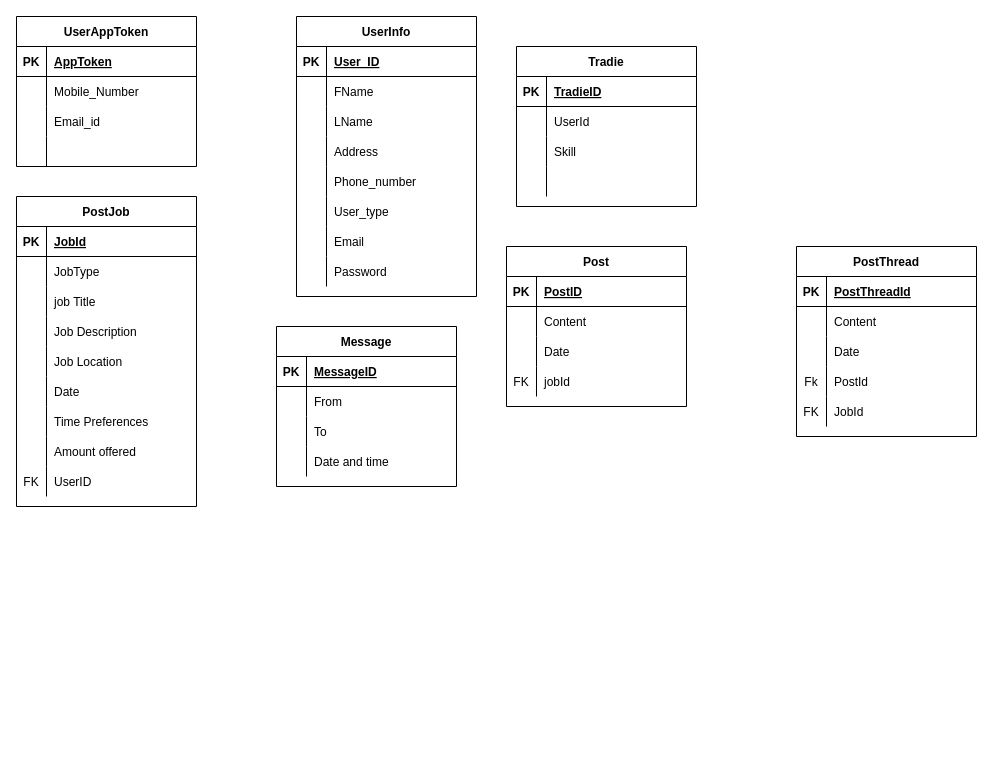
Earlier version of the draw.io diagram Tradie.drawio (bishalgnyawali/test). Source tidied: cells renumbered, new cells numbered last; positions are measured from the earlier drawing's top-left corner, leaving out a move shared by most shapes. Both pictures are drawn from the tidied source at 100%, with x=0, y=0 at pixel (16, 16).
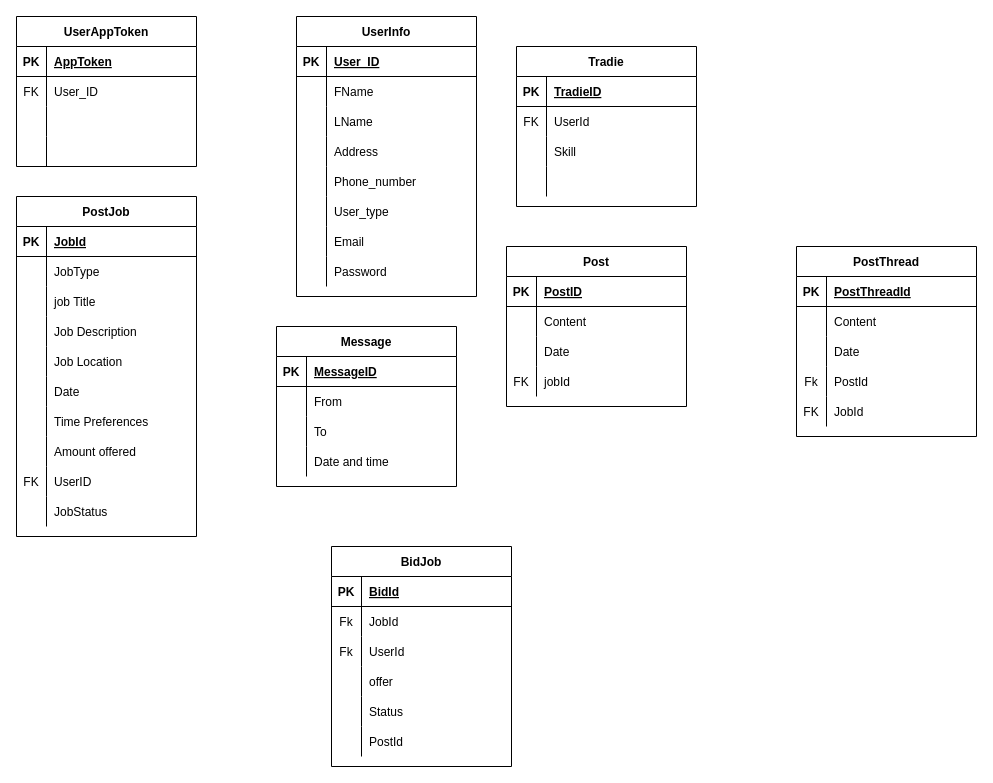
Above is the later version.

Unchanged cells that the change refers to:
```xml
<mxCell id="44" style="shape=partialRectangle;fillColor=none;top=0;left=0;bottom=0;right=0;" parent="40" vertex="1">
  <mxGeometry y="60" width="180" height="30" as="geometry" />
</mxCell>
<mxCell id="70" style="shape=partialRectangle;fillColor=none;top=0;left=0;bottom=0;right=0;" parent="66" vertex="1">
  <mxGeometry y="60" width="180" height="30" as="geometry" />
</mxCell>
<mxCell id="73" style="shape=partialRectangle;fillColor=none;top=0;left=0;bottom=0;right=0;" parent="66" vertex="1">
  <mxGeometry y="90" width="180" height="30" as="geometry" />
</mxCell>
```

Change to the diagram source:
```diff
@@
-    <mxCell id="45" style="shape=partialRectangle;fillColor=none;top=0;left=0;bottom=0;right=0;overflow=hidden;" parent="44" vertex="1">
+    <mxCell id="45" value="FK" style="shape=partialRectangle;fillColor=none;top=0;left=0;bottom=0;right=0;overflow=hidden;" parent="44" vertex="1">
       <mxGeometry width="30" height="30" as="geometry" />
     </mxCell>
@@
-    <mxCell id="71" style="shape=partialRectangle;fillColor=none;top=0;left=0;bottom=0;right=0;overflow=hidden;" parent="70" vertex="1">
+    <mxCell id="71" value="FK" style="shape=partialRectangle;fillColor=none;top=0;left=0;bottom=0;right=0;overflow=hidden;" parent="70" vertex="1">
       <mxGeometry width="30" height="30" as="geometry" />
     </mxCell>
-    <mxCell id="72" value="Mobile_Number" style="shape=partialRectangle;fillColor=none;top=0;left=0;bottom=0;right=0;align=left;spacingLeft=6;overflow=hidden;" parent="70" vertex="1">
+    <mxCell id="72" value="User_ID" style="shape=partialRectangle;fillColor=none;top=0;left=0;bottom=0;right=0;align=left;spacingLeft=6;overflow=hidden;" parent="70" vertex="1">
       <mxGeometry x="30" width="150" height="30" as="geometry" />
     </mxCell>
@@
-    <mxCell id="75" value="Email_id" style="shape=partialRectangle;fillColor=none;top=0;left=0;bottom=0;right=0;align=left;spacingLeft=6;overflow=hidden;" parent="73" vertex="1">
+    <mxCell id="75" style="shape=partialRectangle;fillColor=none;top=0;left=0;bottom=0;right=0;align=left;spacingLeft=6;overflow=hidden;" parent="73" vertex="1">
       <mxGeometry x="30" width="150" height="30" as="geometry" />
     </mxCell>
@@
     <mxCell id="79" value="PostJob" style="shape=table;startSize=30;childLayout=tableLayout;rowLines=0;fontStyle=1;align=center;" parent="1" vertex="1">
-      <mxGeometry y="180" width="180" height="310" as="geometry" />
+      <mxGeometry y="180" width="180" height="340" as="geometry" />
     </mxCell>
@@
+    <mxCell id="123" style="shape=partialRectangle;fillColor=none;top=0;left=0;bottom=0;right=0;" parent="79" vertex="1">
+      <mxGeometry y="300" width="180" height="30" as="geometry" />
+    </mxCell>
+    <mxCell id="124" style="shape=partialRectangle;fillColor=none;top=0;left=0;bottom=0;right=0;overflow=hidden;" parent="123" vertex="1">
+      <mxGeometry width="30" height="30" as="geometry" />
+    </mxCell>
+    <mxCell id="125" value="JobStatus" style="shape=partialRectangle;fillColor=none;top=0;left=0;bottom=0;right=0;align=left;spacingLeft=6;overflow=hidden;" parent="123" vertex="1">
+      <mxGeometry x="30" width="150" height="30" as="geometry" />
+    </mxCell>
@@
+    <mxCell id="126" value="BidJob" style="shape=table;startSize=30;childLayout=tableLayout;rowLines=0;fontStyle=1;align=center;" parent="1" vertex="1">
+      <mxGeometry x="315" y="530" width="180" height="220" as="geometry" />
+    </mxCell>
+    <mxCell id="127" style="shape=partialRectangle;fillColor=none;top=0;left=0;bottom=1;right=0;" parent="126" vertex="1">
+      <mxGeometry y="30" width="180" height="30" as="geometry" />
+    </mxCell>
+    <mxCell id="128" value="PK" style="shape=partialRectangle;fillColor=none;top=0;left=0;bottom=0;right=0;fontStyle=1;overflow=hidden;" parent="127" vertex="1">
+      <mxGeometry width="30" height="30" as="geometry" />
+    </mxCell>
+    <mxCell id="129" value="BidId" style="shape=partialRectangle;fillColor=none;top=0;left=0;bottom=0;right=0;align=left;spacingLeft=6;fontStyle=5;overflow=hidden;" parent="127" vertex="1">
+      <mxGeometry x="30" width="150" height="30" as="geometry" />
+    </mxCell>
+    <mxCell id="130" style="shape=partialRectangle;fillColor=none;top=0;left=0;bottom=0;right=0;" parent="126" vertex="1">
+      <mxGeometry y="60" width="180" height="30" as="geometry" />
+    </mxCell>
+    <mxCell id="131" value="Fk" style="shape=partialRectangle;fillColor=none;top=0;left=0;bottom=0;right=0;overflow=hidden;" parent="130" vertex="1">
+      <mxGeometry width="30" height="30" as="geometry" />
+    </mxCell>
+    <mxCell id="132" value="JobId" style="shape=partialRectangle;fillColor=none;top=0;left=0;bottom=0;right=0;align=left;spacingLeft=6;overflow=hidden;" parent="130" vertex="1">
+      <mxGeometry x="30" width="150" height="30" as="geometry" />
+    </mxCell>
+    <mxCell id="133" style="shape=partialRectangle;fillColor=none;top=0;left=0;bottom=0;right=0;" parent="126" vertex="1">
+      <mxGeometry y="90" width="180" height="30" as="geometry" />
+    </mxCell>
+    <mxCell id="134" value="Fk" style="shape=partialRectangle;fillColor=none;top=0;left=0;bottom=0;right=0;overflow=hidden;" parent="133" vertex="1">
+      <mxGeometry width="30" height="30" as="geometry" />
+    </mxCell>
+    <mxCell id="135" value="UserId" style="shape=partialRectangle;fillColor=none;top=0;left=0;bottom=0;right=0;align=left;spacingLeft=6;overflow=hidden;" parent="133" vertex="1">
+      <mxGeometry x="30" width="150" height="30" as="geometry" />
+    </mxCell>
+    <mxCell id="136" style="shape=partialRectangle;fillColor=none;top=0;left=0;bottom=0;right=0;" parent="126" vertex="1">
+      <mxGeometry y="120" width="180" height="30" as="geometry" />
+    </mxCell>
+    <mxCell id="137" style="shape=partialRectangle;fillColor=none;top=0;left=0;bottom=0;right=0;overflow=hidden;" parent="136" vertex="1">
+      <mxGeometry width="30" height="30" as="geometry" />
+    </mxCell>
+    <mxCell id="138" value="offer" style="shape=partialRectangle;fillColor=none;top=0;left=0;bottom=0;right=0;align=left;spacingLeft=6;overflow=hidden;" parent="136" vertex="1">
+      <mxGeometry x="30" width="150" height="30" as="geometry" />
+    </mxCell>
+    <mxCell id="139" style="shape=partialRectangle;fillColor=none;top=0;left=0;bottom=0;right=0;" parent="126" vertex="1">
+      <mxGeometry y="150" width="180" height="30" as="geometry" />
+    </mxCell>
+    <mxCell id="140" style="shape=partialRectangle;fillColor=none;top=0;left=0;bottom=0;right=0;overflow=hidden;" parent="139" vertex="1">
+      <mxGeometry width="30" height="30" as="geometry" />
+    </mxCell>
+    <mxCell id="141" value="Status" style="shape=partialRectangle;fillColor=none;top=0;left=0;bottom=0;right=0;align=left;spacingLeft=6;overflow=hidden;" parent="139" vertex="1">
+      <mxGeometry x="30" width="150" height="30" as="geometry" />
+    </mxCell>
+    <mxCell id="142" style="shape=partialRectangle;fillColor=none;top=0;left=0;bottom=0;right=0;" parent="126" vertex="1">
+      <mxGeometry y="180" width="180" height="30" as="geometry" />
+    </mxCell>
+    <mxCell id="143" style="shape=partialRectangle;fillColor=none;top=0;left=0;bottom=0;right=0;overflow=hidden;" parent="142" vertex="1">
+      <mxGeometry width="30" height="30" as="geometry" />
+    </mxCell>
+    <mxCell id="144" value="PostId" style="shape=partialRectangle;fillColor=none;top=0;left=0;bottom=0;right=0;align=left;spacingLeft=6;overflow=hidden;" parent="142" vertex="1">
+      <mxGeometry x="30" width="150" height="30" as="geometry" />
+    </mxCell>
```
